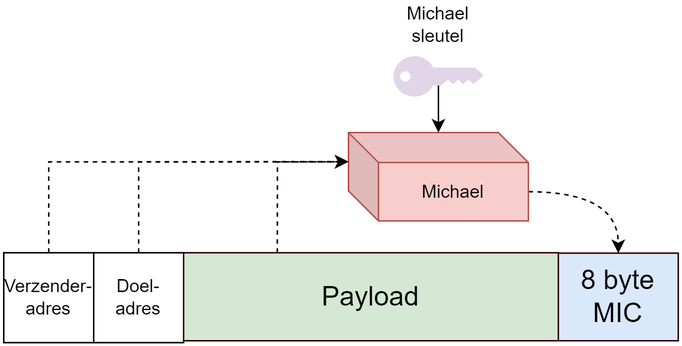
This is Manuscript/assets/wifi/michael.png from timdams/cyberboswachters_boek, a draw.io export, as it was before one commit. Source tidied: cells renumbered, new cells last; positions are measured from the earlier drawing's top-left corner, leaving out a move shared by most shapes. Its diagram source:
```xml
<mxGraphModel>
  <root>
    <mxCell id="0" />
    <mxCell id="1" parent="0" />
    <mxCell id="2" style="edgeStyle=orthogonalEdgeStyle;jettySize=auto;html=1;exitX=0;exitY=0;exitDx=120;exitDy=39.5;exitPerimeter=0;entryX=0.5;entryY=0;entryDx=0;entryDy=0;startArrow=none;startFill=0;endArrow=classic;endFill=1;curved=1;dashed=1;" parent="1" edge="1" source="3" target="12">
      <mxGeometry relative="1" as="geometry" />
    </mxCell>
    <mxCell id="3" value="Michael" style="shape=cube;whiteSpace=wrap;html=1;boundedLbl=1;backgroundOutline=1;darkOpacity=0.05;darkOpacity2=0.1;align=center;fillColor=#f8cecc;strokeColor=#b85450;" parent="1" vertex="1">
      <mxGeometry x="230" y="82" width="120" height="59" as="geometry" />
    </mxCell>
    <mxCell id="4" style="edgeStyle=orthogonalEdgeStyle;rounded=0;jettySize=auto;html=1;exitX=0.5;exitY=0.72;exitDx=0;exitDy=0;exitPerimeter=0;startArrow=none;startFill=0;endArrow=classic;endFill=1;" parent="1" edge="1" source="5" target="3">
      <mxGeometry relative="1" as="geometry" />
    </mxCell>
    <mxCell id="5" style="points=[[0,0.5,0],[0.24,0,0],[0.5,0.28,0],[0.995,0.475,0],[0.5,0.72,0],[0.24,1,0]];verticalLabelPosition=bottom;html=1;verticalAlign=top;align=center;shape=mxgraph.cisco19.key;rounded=1;shadow=0;fontFamily=Verdana;fontSize=16;fillColor=#e1d5e7;strokeColor=#9673a6;" parent="1" vertex="1">
      <mxGeometry x="260" y="31" width="60" height="27" as="geometry" />
    </mxCell>
    <mxCell id="6" style="edgeStyle=orthogonalEdgeStyle;rounded=0;jettySize=auto;html=1;exitX=0.5;exitY=0;exitDx=0;exitDy=0;entryX=0;entryY=0;entryDx=0;entryDy=19.5;entryPerimeter=0;startArrow=none;startFill=0;endArrow=classic;endFill=1;dashed=1;" parent="1" edge="1" source="7" target="3">
      <mxGeometry relative="1" as="geometry" />
    </mxCell>
    <mxCell id="7" value="Verzender-&lt;br&gt;adres" style="rounded=0;whiteSpace=wrap;html=1;align=center;" parent="1" vertex="1">
      <mxGeometry y="162.2" width="60" height="60" as="geometry" />
    </mxCell>
    <mxCell id="8" style="edgeStyle=orthogonalEdgeStyle;rounded=0;jettySize=auto;html=1;exitX=0.5;exitY=0;exitDx=0;exitDy=0;entryX=0;entryY=0;entryDx=0;entryDy=19.5;entryPerimeter=0;startArrow=none;startFill=0;endArrow=classic;endFill=1;dashed=1;" parent="1" edge="1" source="9" target="3">
      <mxGeometry relative="1" as="geometry" />
    </mxCell>
    <mxCell id="9" value="Doel-adres" style="rounded=0;whiteSpace=wrap;html=1;align=center;" parent="1" vertex="1">
      <mxGeometry x="60" y="162.2" width="60" height="60" as="geometry" />
    </mxCell>
    <mxCell id="10" style="edgeStyle=orthogonalEdgeStyle;rounded=0;jettySize=auto;html=1;exitX=0.25;exitY=0;exitDx=0;exitDy=0;entryX=0;entryY=0;entryDx=0;entryDy=19.5;entryPerimeter=0;startArrow=none;startFill=0;endArrow=classic;endFill=1;dashed=1;" parent="1" edge="1" source="11" target="3">
      <mxGeometry relative="1" as="geometry" />
    </mxCell>
    <mxCell id="11" value="Payload" style="rounded=0;whiteSpace=wrap;html=1;fillColor=#d5e8d4;fontSize=18;align=center;strokeColor=#330000;" parent="1" vertex="1">
      <mxGeometry x="120" y="162.2" width="250" height="58.8" as="geometry" />
    </mxCell>
    <mxCell id="12" value="8 byte MIC" style="rounded=0;whiteSpace=wrap;html=1;fillColor=#dae8fc;fontSize=18;align=center;strokeColor=#330000;" parent="1" vertex="1">
      <mxGeometry x="370" y="162.5" width="80" height="58.5" as="geometry" />
    </mxCell>
    <mxCell id="13" value="Michael sleutel" style="text;html=1;strokeColor=none;fillColor=none;align=center;verticalAlign=middle;whiteSpace=wrap;rounded=0;" parent="1" vertex="1">
      <mxGeometry x="270" y="0.2" width="40" height="20" as="geometry" />
    </mxCell>
  </root>
</mxGraphModel>
```
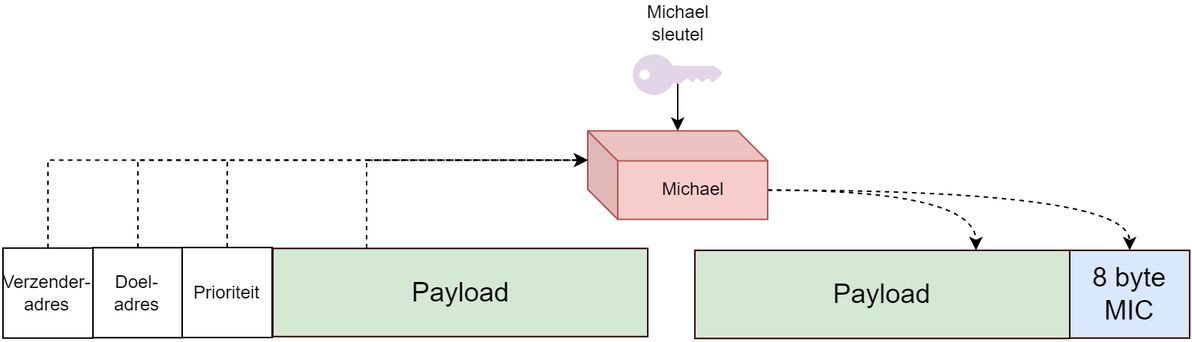
The same diagram one commit later.

The edit, as a diff of the source:
```diff
@@ -2,41 +2,55 @@
   <root>
     <mxCell id="0" />
     <mxCell id="1" parent="0" />
-    <mxCell id="2" style="edgeStyle=orthogonalEdgeStyle;jettySize=auto;html=1;exitX=0;exitY=0;exitDx=120;exitDy=39.5;exitPerimeter=0;entryX=0.5;entryY=0;entryDx=0;entryDy=0;startArrow=none;startFill=0;endArrow=classic;endFill=1;curved=1;dashed=1;" parent="1" edge="1" source="3" target="12">
+    <mxCell id="2" style="edgeStyle=orthogonalEdgeStyle;jettySize=auto;html=1;exitX=0;exitY=0;exitDx=120;exitDy=39.5;exitPerimeter=0;entryX=0.5;entryY=0;entryDx=0;entryDy=0;startArrow=none;startFill=0;endArrow=classic;endFill=1;curved=1;dashed=1;" parent="1" edge="1" source="4" target="13">
       <mxGeometry relative="1" as="geometry" />
     </mxCell>
-    <mxCell id="3" value="Michael" style="shape=cube;whiteSpace=wrap;html=1;boundedLbl=1;backgroundOutline=1;darkOpacity=0.05;darkOpacity2=0.1;align=center;fillColor=#f8cecc;strokeColor=#b85450;" parent="1" vertex="1">
-      <mxGeometry x="230" y="82" width="120" height="59" as="geometry" />
+    <mxCell id="3" style="edgeStyle=orthogonalEdgeStyle;rounded=0;jettySize=auto;html=1;exitX=0;exitY=0;exitDx=120;exitDy=39.5;exitPerimeter=0;entryX=0.75;entryY=0;entryDx=0;entryDy=0;curved=1;dashed=1;" parent="1" edge="1" source="4" target="17">
+      <mxGeometry relative="1" as="geometry" />
     </mxCell>
-    <mxCell id="4" style="edgeStyle=orthogonalEdgeStyle;rounded=0;jettySize=auto;html=1;exitX=0.5;exitY=0.72;exitDx=0;exitDy=0;exitPerimeter=0;startArrow=none;startFill=0;endArrow=classic;endFill=1;" parent="1" edge="1" source="5" target="3">
-      <mxGeometry relative="1" as="geometry" />
+    <mxCell id="4" value="Michael" style="shape=cube;whiteSpace=wrap;html=1;boundedLbl=1;backgroundOutline=1;darkOpacity=0.05;darkOpacity2=0.1;align=center;fillColor=#f8cecc;strokeColor=#b85450;" parent="1" vertex="1">
+      <mxGeometry x="3020.5" y="892.8" width="120" height="59" as="geometry" />
     </mxCell>
-    <mxCell id="5" style="points=[[0,0.5,0],[0.24,0,0],[0.5,0.28,0],[0.995,0.475,0],[0.5,0.72,0],[0.24,1,0]];verticalLabelPosition=bottom;html=1;verticalAlign=top;align=center;shape=mxgraph.cisco19.key;rounded=1;shadow=0;fontFamily=Verdana;fontSize=16;fillColor=#e1d5e7;strokeColor=#9673a6;" parent="1" vertex="1">
-      <mxGeometry x="260" y="31" width="60" height="27" as="geometry" />
+    <mxCell id="5" style="edgeStyle=orthogonalEdgeStyle;rounded=0;jettySize=auto;html=1;exitX=0.5;exitY=0.72;exitDx=0;exitDy=0;exitPerimeter=0;startArrow=none;startFill=0;endArrow=classic;endFill=1;" parent="1" edge="1" source="6" target="4">
+      <mxGeometry relative="1" as="geometry" />
     </mxCell>
-    <mxCell id="6" style="edgeStyle=orthogonalEdgeStyle;rounded=0;jettySize=auto;html=1;exitX=0.5;exitY=0;exitDx=0;exitDy=0;entryX=0;entryY=0;entryDx=0;entryDy=19.5;entryPerimeter=0;startArrow=none;startFill=0;endArrow=classic;endFill=1;dashed=1;" parent="1" edge="1" source="7" target="3">
-      <mxGeometry relative="1" as="geometry" />
+    <mxCell id="6" style="points=[[0,0.5,0],[0.24,0,0],[0.5,0.28,0],[0.995,0.475,0],[0.5,0.72,0],[0.24,1,0]];verticalLabelPosition=bottom;html=1;verticalAlign=top;align=center;shape=mxgraph.cisco19.key;rounded=1;shadow=0;fontFamily=Verdana;fontSize=16;fillColor=#e1d5e7;strokeColor=#9673a6;" parent="1" vertex="1">
+      <mxGeometry x="3050.5" y="841.8" width="60" height="27" as="geometry" />
     </mxCell>
-    <mxCell id="7" value="Verzender-&lt;br&gt;adres" style="rounded=0;whiteSpace=wrap;html=1;align=center;" parent="1" vertex="1">
-      <mxGeometry y="162.2" width="60" height="60" as="geometry" />
+    <mxCell id="7" style="edgeStyle=orthogonalEdgeStyle;rounded=0;jettySize=auto;html=1;exitX=0.5;exitY=0;exitDx=0;exitDy=0;entryX=0;entryY=0;entryDx=0;entryDy=19.5;entryPerimeter=0;startArrow=none;startFill=0;endArrow=classic;endFill=1;dashed=1;" parent="1" edge="1" source="8" target="4">
+      <mxGeometry relative="1" as="geometry" />
     </mxCell>
-    <mxCell id="8" style="edgeStyle=orthogonalEdgeStyle;rounded=0;jettySize=auto;html=1;exitX=0.5;exitY=0;exitDx=0;exitDy=0;entryX=0;entryY=0;entryDx=0;entryDy=19.5;entryPerimeter=0;startArrow=none;startFill=0;endArrow=classic;endFill=1;dashed=1;" parent="1" edge="1" source="9" target="3">
-      <mxGeometry relative="1" as="geometry" />
+    <mxCell id="8" value="Verzender-&lt;br&gt;adres" style="rounded=0;whiteSpace=wrap;html=1;align=center;" parent="1" vertex="1">
+      <mxGeometry x="2630.5" y="970.9" width="60" height="60" as="geometry" />
     </mxCell>
-    <mxCell id="9" value="Doel-adres" style="rounded=0;whiteSpace=wrap;html=1;align=center;" parent="1" vertex="1">
-      <mxGeometry x="60" y="162.2" width="60" height="60" as="geometry" />
+    <mxCell id="9" style="edgeStyle=orthogonalEdgeStyle;rounded=0;jettySize=auto;html=1;exitX=0.5;exitY=0;exitDx=0;exitDy=0;entryX=0;entryY=0;entryDx=0;entryDy=19.5;entryPerimeter=0;startArrow=none;startFill=0;endArrow=classic;endFill=1;dashed=1;" parent="1" edge="1" source="10" target="4">
+      <mxGeometry relative="1" as="geometry" />
     </mxCell>
-    <mxCell id="10" style="edgeStyle=orthogonalEdgeStyle;rounded=0;jettySize=auto;html=1;exitX=0.25;exitY=0;exitDx=0;exitDy=0;entryX=0;entryY=0;entryDx=0;entryDy=19.5;entryPerimeter=0;startArrow=none;startFill=0;endArrow=classic;endFill=1;dashed=1;" parent="1" edge="1" source="11" target="3">
-      <mxGeometry relative="1" as="geometry" />
+    <mxCell id="10" value="Doel-adres" style="rounded=0;whiteSpace=wrap;html=1;align=center;" parent="1" vertex="1">
+      <mxGeometry x="2690.5" y="970.6" width="60" height="60" as="geometry" />
     </mxCell>
-    <mxCell id="11" value="Payload" style="rounded=0;whiteSpace=wrap;html=1;fillColor=#d5e8d4;fontSize=18;align=center;strokeColor=#330000;" parent="1" vertex="1">
-      <mxGeometry x="120" y="162.2" width="250" height="58.8" as="geometry" />
+    <mxCell id="11" style="edgeStyle=orthogonalEdgeStyle;rounded=0;jettySize=auto;html=1;exitX=0.25;exitY=0;exitDx=0;exitDy=0;entryX=0;entryY=0;entryDx=0;entryDy=19.5;entryPerimeter=0;startArrow=none;startFill=0;endArrow=classic;endFill=1;dashed=1;" parent="1" edge="1" source="12" target="4">
+      <mxGeometry relative="1" as="geometry" />
     </mxCell>
-    <mxCell id="12" value="8 byte MIC" style="rounded=0;whiteSpace=wrap;html=1;fillColor=#dae8fc;fontSize=18;align=center;strokeColor=#330000;" parent="1" vertex="1">
-      <mxGeometry x="370" y="162.5" width="80" height="58.5" as="geometry" />
+    <mxCell id="12" value="Payload" style="rounded=0;whiteSpace=wrap;html=1;fillColor=#d5e8d4;fontSize=18;align=center;strokeColor=#330000;" parent="1" vertex="1">
+      <mxGeometry x="2810.5" y="971.1" width="250" height="58.8" as="geometry" />
     </mxCell>
-    <mxCell id="13" value="Michael sleutel" style="text;html=1;strokeColor=none;fillColor=none;align=center;verticalAlign=middle;whiteSpace=wrap;rounded=0;" parent="1" vertex="1">
-      <mxGeometry x="270" y="0.2" width="40" height="20" as="geometry" />
+    <mxCell id="13" value="8 byte MIC" style="rounded=0;whiteSpace=wrap;html=1;fillColor=#dae8fc;fontSize=18;align=center;strokeColor=#330000;" parent="1" vertex="1">
+      <mxGeometry x="3341.9" y="972.4" width="80" height="58.5" as="geometry" />
     </mxCell>
+    <mxCell id="14" value="Michael sleutel" style="text;html=1;strokeColor=none;fillColor=none;align=center;verticalAlign=middle;whiteSpace=wrap;rounded=0;" parent="1" vertex="1">
+      <mxGeometry x="3060.5" y="811" width="40" height="20" as="geometry" />
+    </mxCell>
+    <mxCell id="15" style="edgeStyle=orthogonalEdgeStyle;rounded=0;jettySize=auto;html=1;exitX=0.5;exitY=0;exitDx=0;exitDy=0;endArrow=none;endFill=0;dashed=1;" parent="1" edge="1" source="16">
+      <mxGeometry relative="1" as="geometry">
+        <mxPoint x="2780.1" y="911" as="targetPoint" />
+      </mxGeometry>
+    </mxCell>
+    <mxCell id="16" value="Prioriteit" style="rounded=0;whiteSpace=wrap;html=1;align=center;" parent="1" vertex="1">
+      <mxGeometry x="2750" y="970.5" width="60" height="60" as="geometry" />
+    </mxCell>
+    <mxCell id="17" value="Payload" style="rounded=0;whiteSpace=wrap;html=1;fillColor=#d5e8d4;fontSize=18;align=center;strokeColor=#330000;" parent="1" vertex="1">
+      <mxGeometry x="3091.9" y="972.4" width="250" height="58.8" as="geometry" />
+    </mxCell>
   </root>
 </mxGraphModel>
```
